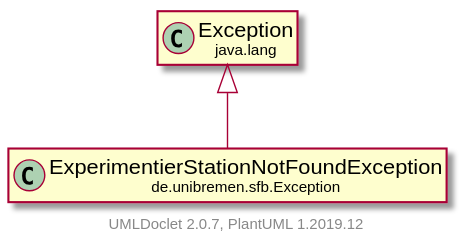
This is doc/UML/modulsichtSVG/ExperimentierStationNotFoundException.svg from fkehlenb/softwareprojekt-2, a PlantUML export, as it was before one commit.
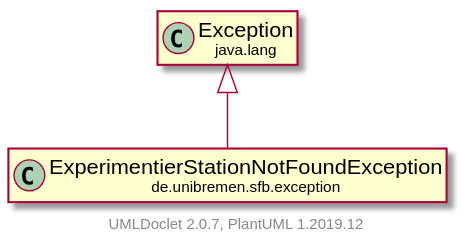
After the change.

The edit, as a diff of the source:
```diff
@@ -3,11 +3,11 @@
     hide empty fields
     hide empty methods
 
-    class "<size:14>ExperimentierStationNotFoundException\n<size:10>de.unibremen.sfb.Exception" as de.unibremen.sfb.Exception.ExperimentierStationNotFoundException [[ExperimentierStationNotFoundException.html]]
+    class "<size:14>ExperimentierStationNotFoundException\n<size:10>de.unibremen.sfb.exception" as de.unibremen.sfb.exception.ExperimentierStationNotFoundException [[ExperimentierStationNotFoundException.html]]
 
-    class "<size:14>Exception\n<size:10>java.lang" as java.lang.Exception [[https://docs.oracle.com/en/java/javase/11/docs/api/java.base/java/lang/Exception.html?is-external=true]]
+    class "<size:14>exception\n<size:10>java.lang" as java.lang.exception [[https://docs.oracle.com/en/java/javase/11/docs/api/java.base/java/lang/Exception.html?is-external=true]]
 
-    java.lang.Exception <|-- de.unibremen.sfb.Exception.ExperimentierStationNotFoundException
+    java.lang.exception <|-- de.unibremen.sfb.exception.ExperimentierStationNotFoundException
 
     center footer UMLDoclet 2.0.7, PlantUML 1.2019.12
 @enduml
```
